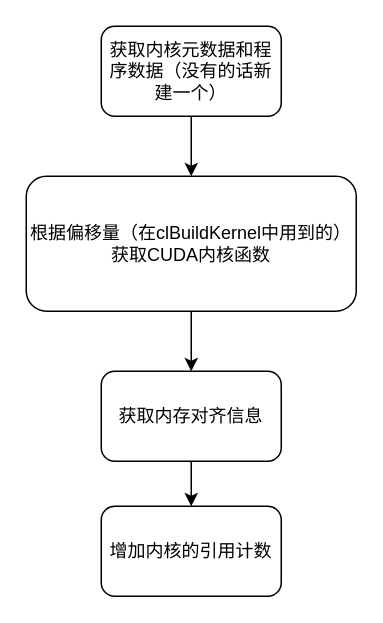
This is pocl-x86/pocl_cuda_create_kernel.drawio from dinyy/flow-chart, a draw.io file, before an edit. Source tidied: cells renumbered, new cells numbered last; positions are measured from the earlier drawing's top-left corner, leaving out a move shared by most shapes. Both pictures are drawn from the tidied source at 150%, with x=0, y=0 at pixel (26, 26).
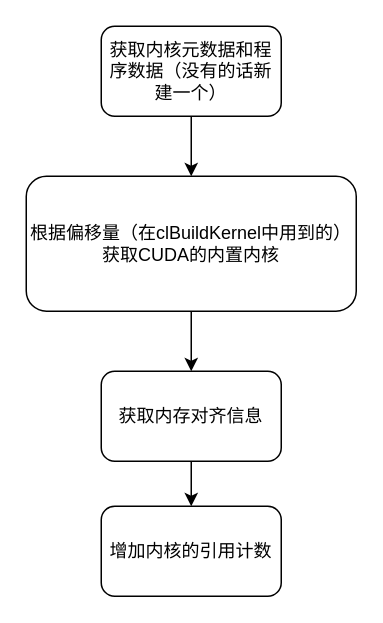
Above is the later version.

What changed in the source:
```diff
@@
 <mxGraphModel>
   <root>
     <mxCell id="0" />
     <mxCell id="1" parent="0" />
     <mxCell id="2" style="edgeStyle=orthogonalEdgeStyle;rounded=0;jettySize=auto;html=1;" parent="1" edge="1" source="3" target="5">
       <mxGeometry relative="1" as="geometry" />
     </mxCell>
     <mxCell id="3" value="获取内核元数据和程序数据（没有的话新建一个）" style="rounded=1;whiteSpace=wrap;html=1;" parent="1" vertex="1">
       <mxGeometry x="50" width="120" height="60" as="geometry" />
     </mxCell>
     <mxCell id="4" style="edgeStyle=orthogonalEdgeStyle;rounded=0;jettySize=auto;html=1;" parent="1" edge="1" source="5" target="7">
       <mxGeometry relative="1" as="geometry" />
     </mxCell>
-    <mxCell id="5" value="根据偏移量（在clBuildKernel中用到的）获取CUDA内核函数" style="whiteSpace=wrap;html=1;rounded=1;" parent="1" vertex="1">
+    <mxCell id="5" value="根据偏移量（在clBuildKernel中用到的）获取CUDA的内置内核" style="whiteSpace=wrap;html=1;rounded=1;" parent="1" vertex="1">
       <mxGeometry y="100" width="220" height="90" as="geometry" />
     </mxCell>
     <mxCell id="6" style="edgeStyle=orthogonalEdgeStyle;rounded=0;jettySize=auto;html=1;" parent="1" edge="1" source="7" target="8">
       <mxGeometry relative="1" as="geometry" />
     </mxCell>
     <mxCell id="7" value="获取内存对齐信息" style="whiteSpace=wrap;html=1;rounded=1;" parent="1" vertex="1">
       <mxGeometry x="50" y="230" width="120" height="60" as="geometry" />
     </mxCell>
     <mxCell id="8" value="增加内核的引用计数" style="whiteSpace=wrap;html=1;rounded=1;" parent="1" vertex="1">
       <mxGeometry x="50" y="320" width="120" height="60" as="geometry" />
     </mxCell>
   </root>
 </mxGraphModel>
```
